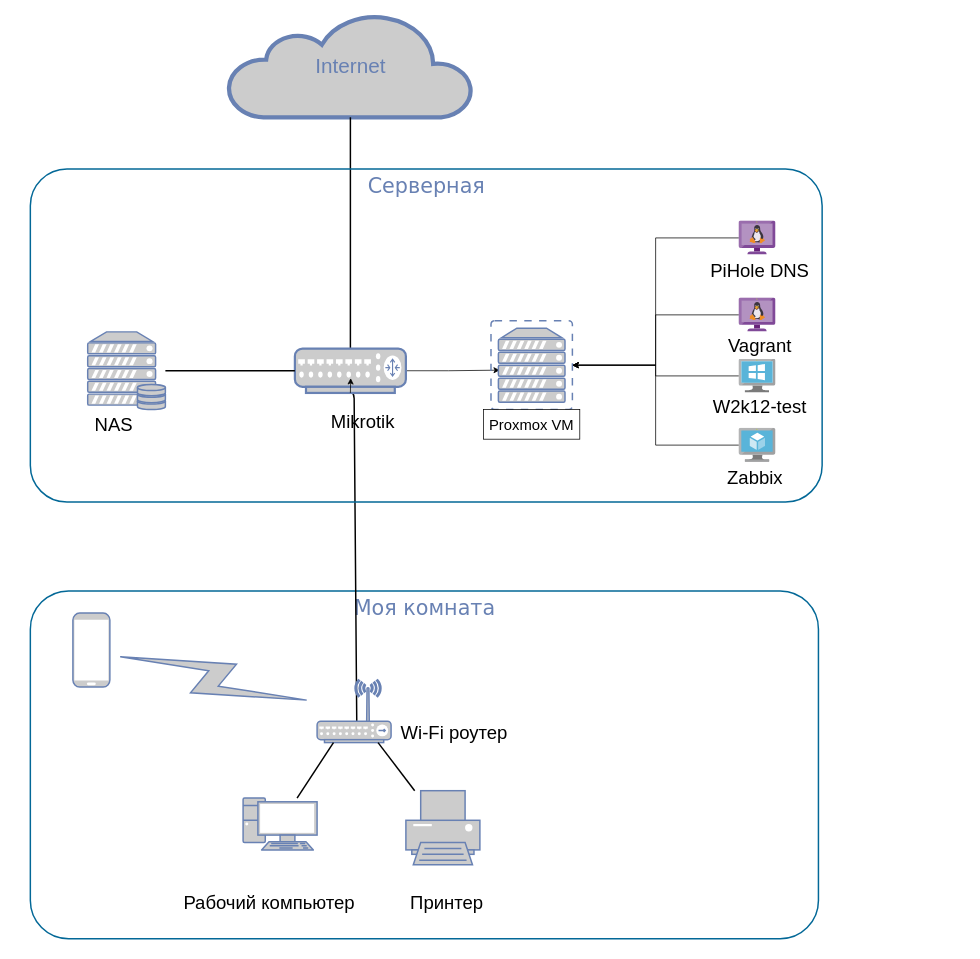
devops-run/devops-netology keeps this draw.io diagram as 03-sysadmin-08-net/Untitled Diagram.drawio. Above is the earlier version. Source tidied: cells renumbered, new cells numbered last; positions are measured from the earlier drawing's top-left corner, leaving out a move shared by most shapes. Both pictures are drawn from the tidied source at 74%, with x=0, y=0 at pixel (30, 13).
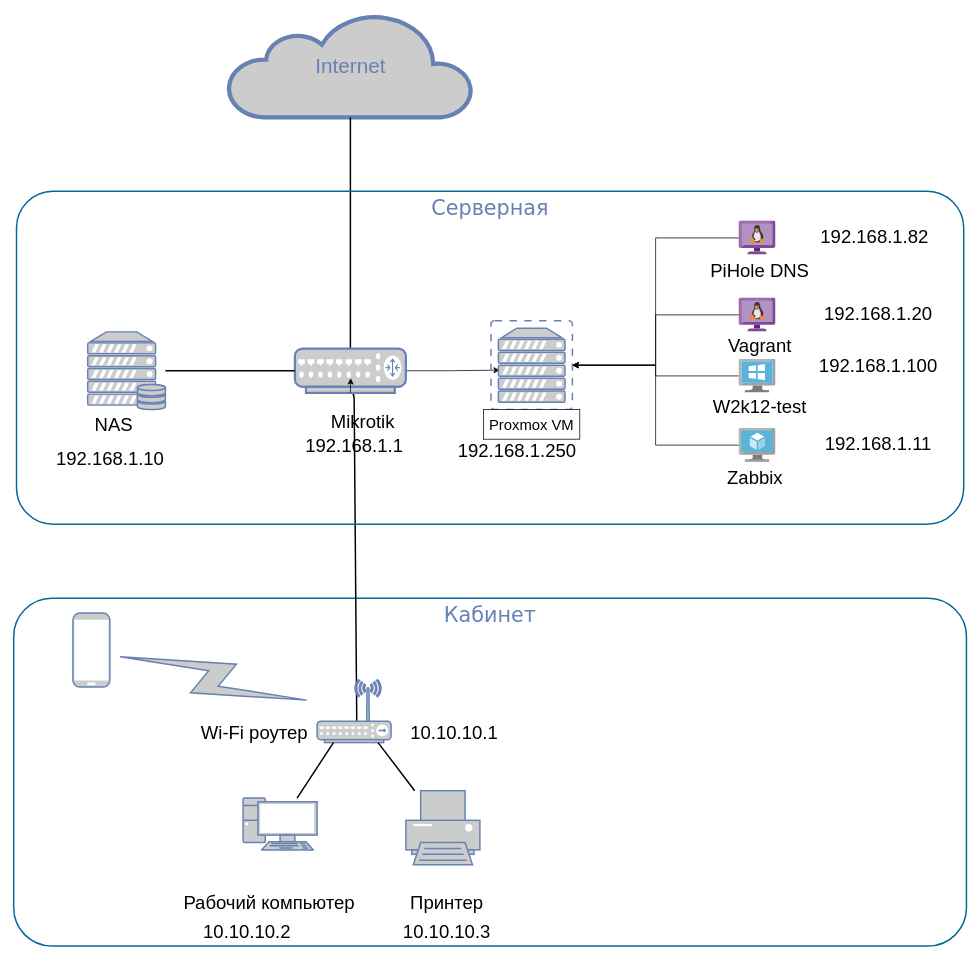
After the change.

The change refers to these unchanged cells:
```xml
<mxCell id="18" style="fontColor=#0066CC;verticalAlign=top;verticalLabelPosition=bottom;labelPosition=center;align=center;html=1;outlineConnect=0;fillColor=#CCCCCC;strokeColor=#6881B3;gradientColor=none;gradientDirection=north;strokeWidth=2;shape=mxgraph.networks.virtual_server;" parent="1" vertex="1">
  <mxGeometry x="623" y="415" width="110" height="120" as="geometry" />
</mxCell>
<mxCell id="21" style="sketch=0;html=1;points=[];align=center;image;fontSize=12;image=img/lib/mscae/VM_Linux_Non_Azure.svg;" parent="1" vertex="1">
  <mxGeometry x="958" y="384" width="50" height="46" as="geometry" />
</mxCell>
```

Change to the diagram source:
```diff
@@
-    <mxCell id="2" value="Моя комната" style="rounded=1;whiteSpace=wrap;html=1;shadow=0;comic=0;strokeColor=#036897;strokeWidth=2;fillColor=none;fontFamily=Verdana;fontSize=28;fontColor=#6881B3;align=center;arcSize=11;verticalAlign=top;" parent="1" vertex="1">
-      <mxGeometry x="0.5" y="780" width="1065" height="470" as="geometry" />
+    <mxCell id="2" value="Кабинет" style="rounded=1;whiteSpace=wrap;html=1;shadow=0;comic=0;strokeColor=#036897;strokeWidth=2;fillColor=none;fontFamily=Verdana;fontSize=28;fontColor=#6881B3;align=center;arcSize=11;verticalAlign=top;" parent="1" vertex="1">
+      <mxGeometry x="-22" y="790" width="1287.5" height="470" as="geometry" />
     </mxCell>
@@
-    <mxCell id="20" style="edgeStyle=orthogonalEdgeStyle;rounded=0;jettySize=auto;html=1;fontSize=20;" parent="1" edge="1" source="21" target="18">
+    <mxCell id="20" style="edgeStyle=orthogonalEdgeStyle;rounded=0;jettySize=auto;html=1;entryX=1;entryY=0.5;entryDx=0;entryDy=0;entryPerimeter=0;fontSize=25;" parent="1" edge="1" source="21" target="18">
       <mxGeometry relative="1" as="geometry" />
     </mxCell>
@@
     <mxCell id="33" value="&lt;span style=&quot;font-size: 25px;&quot;&gt;Wi-Fi роутер&lt;/span&gt;" style="text;html=1;align=center;verticalAlign=middle;strokeColor=none;fillColor=none;fontSize=20;" parent="1" vertex="1">
-      <mxGeometry x="488" y="950" width="170" height="40" as="geometry" />
+      <mxGeometry x="218" y="950" width="170" height="40" as="geometry" />
     </mxCell>
@@
+    <mxCell id="37" value="&lt;span style=&quot;font-size: 25px;&quot;&gt;NAS&lt;/span&gt;" style="text;html=1;align=center;verticalAlign=middle;strokeColor=none;fillColor=none;fontSize=20;" parent="1" vertex="1">
+      <mxGeometry x="78" y="535" width="70" height="40" as="geometry" />
+    </mxCell>
+    <mxCell id="38" value="192.168.1.10" style="text;html=1;align=center;verticalAlign=middle;strokeColor=none;fillColor=none;fontSize=25;" parent="1" vertex="1">
+      <mxGeometry x="23" y="580" width="170" height="40" as="geometry" />
+    </mxCell>
+    <mxCell id="39" value="192.168.1.1" style="text;html=1;align=center;verticalAlign=middle;strokeColor=none;fillColor=none;fontSize=25;" parent="1" vertex="1">
+      <mxGeometry x="358" y="563" width="160" height="40" as="geometry" />
+    </mxCell>
+    <mxCell id="40" value="192.168.1.250" style="text;html=1;align=center;verticalAlign=middle;strokeColor=none;fillColor=none;fontSize=25;" parent="1" vertex="1">
+      <mxGeometry x="568" y="570" width="180" height="40" as="geometry" />
+    </mxCell>
     <mxCell id="36" value="Серверная" style="rounded=1;whiteSpace=wrap;html=1;shadow=0;comic=0;strokeColor=#036897;strokeWidth=2;fillColor=none;fontFamily=Verdana;fontSize=28;fontColor=#6881B3;align=center;arcSize=11;verticalAlign=top;" parent="1" vertex="1">
-      <mxGeometry x="0.5" y="210" width="1070" height="450" as="geometry" />
+      <mxGeometry x="-18.2" y="240" width="1280" height="450" as="geometry" />
     </mxCell>
-    <mxCell id="37" value="&lt;span style=&quot;font-size: 25px;&quot;&gt;NAS&lt;/span&gt;" style="text;html=1;align=center;verticalAlign=middle;strokeColor=none;fillColor=none;fontSize=20;" parent="1" vertex="1">
-      <mxGeometry x="78" y="535" width="70" height="40" as="geometry" />
-    </mxCell>
+    <mxCell id="41" value="192.168.1.82" style="text;html=1;align=center;verticalAlign=middle;strokeColor=none;fillColor=none;fontSize=25;" parent="1" vertex="1">
+      <mxGeometry x="1055.5" y="280" width="170" height="40" as="geometry" />
+    </mxCell>
+    <mxCell id="42" value="192.168.1.11" style="text;html=1;align=center;verticalAlign=middle;strokeColor=none;fillColor=none;fontSize=25;" parent="1" vertex="1">
+      <mxGeometry x="1060.5" y="560" width="170" height="40" as="geometry" />
+    </mxCell>
+    <mxCell id="43" value="192.168.1.100" style="text;html=1;align=center;verticalAlign=middle;strokeColor=none;fillColor=none;fontSize=25;" parent="1" vertex="1">
+      <mxGeometry x="1055.5" y="455" width="180" height="40" as="geometry" />
+    </mxCell>
+    <mxCell id="44" value="192.168.1.20" style="text;html=1;align=center;verticalAlign=middle;strokeColor=none;fillColor=none;fontSize=25;" parent="1" vertex="1">
+      <mxGeometry x="1060.5" y="384" width="170" height="40" as="geometry" />
+    </mxCell>
+    <mxCell id="45" value="&lt;span style=&quot;color: rgba(0, 0, 0, 0); font-family: monospace; font-size: 0px; text-align: start;&quot;&gt;12&lt;/span&gt;" style="text;html=1;align=center;verticalAlign=middle;strokeColor=none;fillColor=none;fontSize=25;" parent="1" vertex="1">
+      <mxGeometry x="278" y="1210" width="20" height="40" as="geometry" />
+    </mxCell>
+    <mxCell id="46" value="10.10.10.2" style="text;html=1;align=center;verticalAlign=middle;strokeColor=none;fillColor=none;fontSize=25;" parent="1" vertex="1">
+      <mxGeometry x="223" y="1220" width="140" height="40" as="geometry" />
+    </mxCell>
+    <mxCell id="47" value="10.10.10.3" style="text;html=1;align=center;verticalAlign=middle;strokeColor=none;fillColor=none;fontSize=25;" parent="1" vertex="1">
+      <mxGeometry x="493" y="1220" width="140" height="40" as="geometry" />
+    </mxCell>
+    <mxCell id="48" value="10.10.10.1" style="text;html=1;align=center;verticalAlign=middle;strokeColor=none;fillColor=none;fontSize=25;" parent="1" vertex="1">
+      <mxGeometry x="503" y="950" width="140" height="40" as="geometry" />
+    </mxCell>
```
